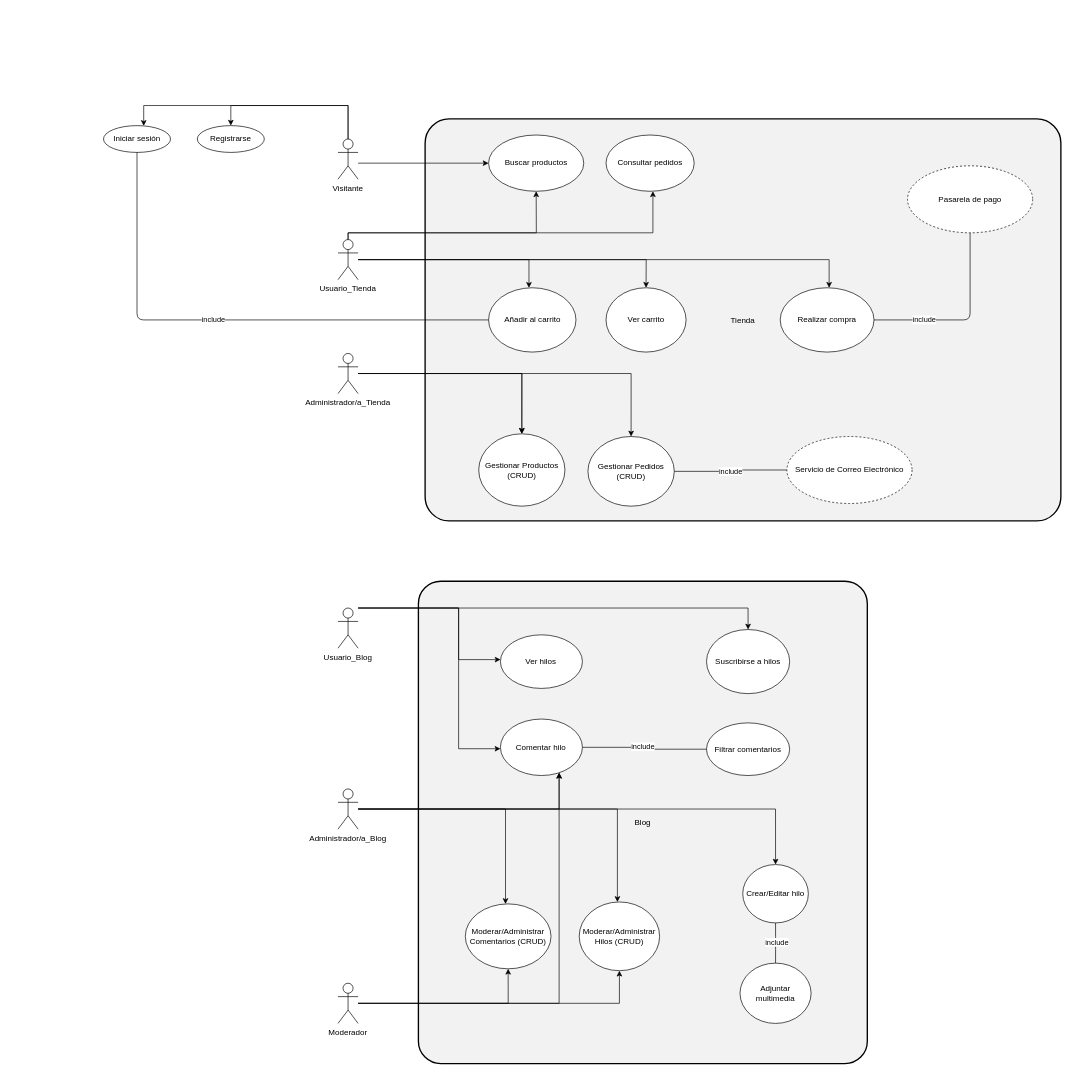
Earlier version of the draw.io diagram Diagramas/Casos de uso/Diagrama sin título.drawio.xml (8-6R4N4DR1/LuigiaCouture). Source tidied: cells renumbered, new cells numbered last; positions are measured from the earlier drawing's top-left corner, leaving out a move shared by most shapes. Both pictures are drawn from the tidied source at 67%, with x=0, y=0 at pixel (103, 105).
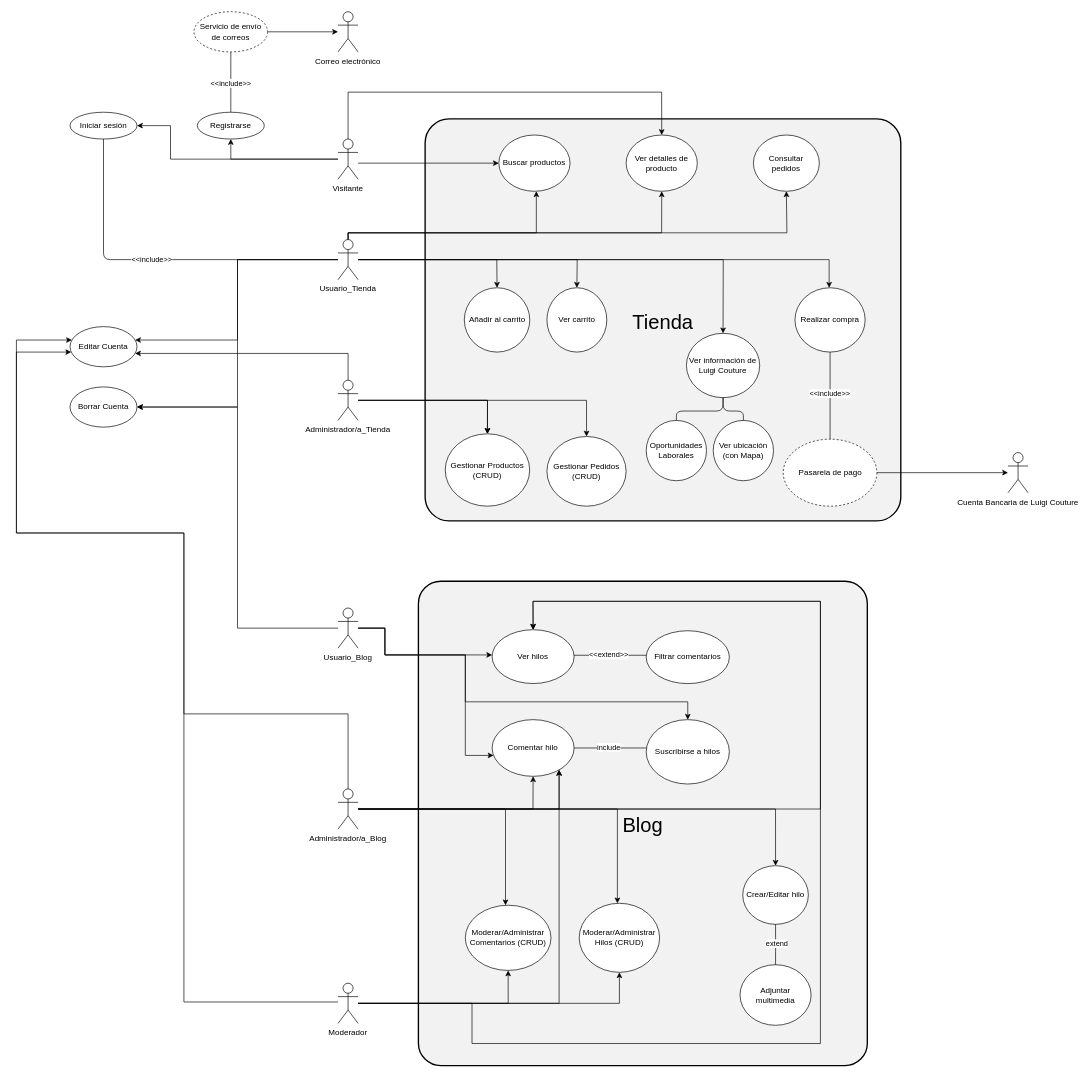
Above is the later version.

Unchanged cells that the change refers to:
```xml
<mxCell id="2" value="Visitante" style="shape=umlActor;verticalLabelPosition=bottom;verticalAlign=top;" parent="1" vertex="1">
  <mxGeometry x="350" y="50" width="30" height="60" as="geometry" />
</mxCell>
<mxCell id="3" value="Usuario_Tienda" style="shape=umlActor;verticalLabelPosition=bottom;verticalAlign=top;" parent="1" vertex="1">
  <mxGeometry x="350" y="200" width="30" height="60" as="geometry" />
</mxCell>
<mxCell id="4" value="Moderador" style="shape=umlActor;verticalLabelPosition=bottom;verticalAlign=top;" parent="1" vertex="1">
  <mxGeometry x="350" y="1310" width="30" height="60" as="geometry" />
</mxCell>
<mxCell id="46" value="Administrador/a_Blog" style="shape=umlActor;verticalLabelPosition=bottom;verticalAlign=top;" parent="1" vertex="1">
  <mxGeometry x="350" y="1020" width="30" height="60" as="geometry" />
</mxCell>
<mxCell id="47" value="Usuario_Blog" style="shape=umlActor;verticalLabelPosition=bottom;verticalAlign=top;" parent="1" vertex="1">
  <mxGeometry x="350" y="750" width="30" height="60" as="geometry" />
</mxCell>
```

What changed in the source:
```diff
@@
     <mxCell id="5" value="Administrador/a_Tienda" style="shape=umlActor;verticalLabelPosition=bottom;verticalAlign=top;" parent="1" vertex="1">
-      <mxGeometry x="350" y="370" width="30" height="60" as="geometry" />
+      <mxGeometry x="350" y="410" width="30" height="60" as="geometry" />
     </mxCell>
     <mxCell id="6" value="Registrarse" style="ellipse;whiteSpace=wrap;html=1;" parent="1" vertex="1">
-      <mxGeometry x="140" y="30" width="100" height="40" as="geometry" />
+      <mxGeometry x="140" y="10" width="100" height="40" as="geometry" />
     </mxCell>
     <mxCell id="7" value="Iniciar sesión" style="ellipse;whiteSpace=wrap;html=1;" parent="1" vertex="1">
-      <mxGeometry y="30" width="100" height="40" as="geometry" />
+      <mxGeometry x="-50" y="10" width="100" height="40" as="geometry" />
     </mxCell>
-    <mxCell id="8" value="Tienda" style="rounded=1;strokeWidth=2;fillColor=#f2f2f2;arcSize=6;" parent="1" vertex="1">
-      <mxGeometry x="480" y="20" width="948.9" height="600" as="geometry" />
+    <mxCell id="8" value="Tienda" style="rounded=1;strokeWidth=2;fillColor=#f2f2f2;arcSize=6;fontSize=30;" parent="1" vertex="1">
+      <mxGeometry x="480" y="20" width="710" height="600" as="geometry" />
     </mxCell>
     <mxCell id="9" value="Buscar productos" style="ellipse;whiteSpace=wrap;html=1;" parent="8" vertex="1">
-      <mxGeometry x="94.7" y="24" width="142.1" height="84" as="geometry" />
+      <mxGeometry x="110" y="24" width="106.3" height="84" as="geometry" />
     </mxCell>
     <mxCell id="10" value="Añadir al carrito" style="ellipse;whiteSpace=wrap;html=1;" parent="8" vertex="1">
-      <mxGeometry x="94.7" y="252" width="130.5" height="96" as="geometry" />
+      <mxGeometry x="58.5" y="252" width="97.7" height="96" as="geometry" />
     </mxCell>
     <mxCell id="11" value="Ver carrito" style="ellipse;whiteSpace=wrap;html=1;" parent="8" vertex="1">
-      <mxGeometry x="270" y="252" width="119.5" height="96" as="geometry" />
+      <mxGeometry x="181.8" y="252" width="89.4" height="96" as="geometry" />
     </mxCell>
     <mxCell id="12" value="Realizar compra" style="ellipse;whiteSpace=wrap;html=1;" parent="8" vertex="1">
-      <mxGeometry x="530" y="252" width="140" height="96" as="geometry" />
+      <mxGeometry x="552" y="252" width="104.8" height="96" as="geometry" />
     </mxCell>
     <mxCell id="13" value="Consultar pedidos" style="ellipse;whiteSpace=wrap;html=1;" parent="8" vertex="1">
-      <mxGeometry x="270" y="24" width="131.6" height="84" as="geometry" />
+      <mxGeometry x="490" y="24" width="98.4" height="84" as="geometry" />
     </mxCell>
     <mxCell id="14" value="Gestionar Productos (CRUD)" style="ellipse;whiteSpace=wrap;html=1;" parent="8" vertex="1">
-      <mxGeometry x="80" y="470" width="128.7" height="108" as="geometry" />
+      <mxGeometry x="30" y="470" width="126.1" height="108" as="geometry" />
     </mxCell>
     <mxCell id="15" value="Pasarela de pago" style="ellipse;dashed=1;whiteSpace=wrap;html=1;" parent="8" vertex="1">
-      <mxGeometry x="720" y="70" width="186.8" height="100" as="geometry" />
+      <mxGeometry x="534.5" y="478" width="139.8" height="100" as="geometry" />
     </mxCell>
-    <mxCell id="16" value="Servicio de Correo Electrónico" style="ellipse;dashed=1;whiteSpace=wrap;html=1;" parent="8" vertex="1">
-      <mxGeometry x="540" y="474" width="186.8" height="100" as="geometry" />
-    </mxCell>
     <mxCell id="17" value="Gestionar Pedidos (CRUD)" style="ellipse;whiteSpace=wrap;html=1;" parent="8" vertex="1">
-      <mxGeometry x="243" y="474" width="128.9" height="104" as="geometry" />
+      <mxGeometry x="181.8" y="474" width="118.2" height="104" as="geometry" />
     </mxCell>
-    <mxCell id="18" value="include" style="edgeStyle=orthogonalEdgeStyle;jettySize=auto;html=1;endArrow=none;startArrow=none;edgeLabelBackground=1;" parent="8" edge="1" source="17" target="16">
-      <mxGeometry x="-0.01" relative="1" as="geometry" />
-    </mxCell>
+    <mxCell id="55" value="Ver detalles de producto" style="ellipse;whiteSpace=wrap;html=1;" parent="8" vertex="1">
+      <mxGeometry x="300" y="24" width="106.3" height="84" as="geometry" />
+    </mxCell>
+    <mxCell id="56" value="Ver información de Luigi Couture" style="ellipse;whiteSpace=wrap;html=1;" parent="8" vertex="1">
+      <mxGeometry x="390" y="320" width="109.4" height="96" as="geometry" />
+    </mxCell>
+    <mxCell id="57" value="Oportunidades Laborales" style="ellipse;whiteSpace=wrap;html=1;" parent="8" vertex="1">
+      <mxGeometry x="330" y="450" width="90" height="90" as="geometry" />
+    </mxCell>
+    <mxCell id="58" style="edgeStyle=orthogonalEdgeStyle;jettySize=auto;html=1;endArrow=none;startArrow=none;edgeLabelBackground=1;" parent="8" edge="1" source="56" target="57">
+      <mxGeometry x="-0.05" relative="1" as="geometry" />
+    </mxCell>
+    <mxCell id="59" value="Ver ubicación (con Mapa)" style="ellipse;whiteSpace=wrap;html=1;" parent="8" vertex="1">
+      <mxGeometry x="430" y="450" width="90" height="90" as="geometry" />
+    </mxCell>
+    <mxCell id="60" style="edgeStyle=orthogonalEdgeStyle;jettySize=auto;html=1;endArrow=none;startArrow=none;edgeLabelBackground=1;" parent="8" edge="1" source="56" target="59">
+      <mxGeometry x="-0.05" relative="1" as="geometry" />
+    </mxCell>
-    <mxCell id="19" value="Blog" style="rounded=1;strokeWidth=2;fillColor=#f2f2f2;arcSize=5;" parent="1" vertex="1">
-      <mxGeometry x="470" y="710" width="670" height="720" as="geometry" />
+    <mxCell id="19" value="Blog" style="rounded=1;strokeWidth=2;fillColor=#f2f2f2;arcSize=5;fontSize=30;" parent="1" vertex="1">
+      <mxGeometry x="470" y="710" width="670" height="723" as="geometry" />
     </mxCell>
     <mxCell id="20" value="Ver hilos" style="ellipse;whiteSpace=wrap;html=1;" parent="19" vertex="1">
-      <mxGeometry x="122.4" y="80" width="122.4" height="80" as="geometry" />
+      <mxGeometry x="110" y="72.4" width="122.4" height="80.3" as="geometry" />
     </mxCell>
     <mxCell id="21" value="Suscribirse a hilos" style="ellipse;whiteSpace=wrap;html=1;" parent="19" vertex="1">
-      <mxGeometry x="430" y="72.1" width="124.1" height="95.7" as="geometry" />
+      <mxGeometry x="340" y="206.6" width="124.1" height="96.1" as="geometry" />
     </mxCell>
     <mxCell id="22" value="Filtrar comentarios" style="ellipse;whiteSpace=wrap;html=1;" parent="19" vertex="1">
-      <mxGeometry x="430" y="211.4" width="124.1" height="78.6" as="geometry" />
+      <mxGeometry x="340" y="73.9" width="124.1" height="78.9" as="geometry" />
     </mxCell>
     <mxCell id="23" value="Crear/Editar hilo" style="ellipse;whiteSpace=wrap;html=1;" parent="19" vertex="1">
-      <mxGeometry x="484.1" y="422.9" width="97.9" height="87.1" as="geometry" />
+      <mxGeometry x="484.1" y="424.6" width="97.9" height="87.5" as="geometry" />
     </mxCell>
     <mxCell id="24" value="Adjuntar multimedia" style="ellipse;whiteSpace=wrap;html=1;" parent="19" vertex="1">
-      <mxGeometry x="480" y="570" width="106.1" height="90" as="geometry" />
+      <mxGeometry x="480" y="572.4" width="106.1" height="90.4" as="geometry" />
     </mxCell>
     <mxCell id="25" value="Moderar/Administrar Comentarios (CRUD)" style="ellipse;whiteSpace=wrap;html=1;" parent="19" vertex="1">
-      <mxGeometry x="70" y="481.6" width="127.9" height="96.9" as="geometry" />
+      <mxGeometry x="70" y="483.6" width="127.9" height="97.3" as="geometry" />
     </mxCell>
     <mxCell id="26" value="Comentar hilo" style="ellipse;whiteSpace=wrap;html=1;" parent="19" vertex="1">
-      <mxGeometry x="122.4" y="205.7" width="122.4" height="84.3" as="geometry" />
+      <mxGeometry x="110" y="206.6" width="122.4" height="84.6" as="geometry" />
     </mxCell>
-    <mxCell id="27" value="include" style="edgeStyle=orthogonalEdgeStyle;jettySize=auto;html=1;endArrow=none;startArrow=none;edgeLabelBackground=1;" parent="19" edge="1" source="26" target="22">
-      <mxGeometry x="-0.04" y="1" relative="1" as="geometry" />
+    <mxCell id="27" value="&amp;lt;&amp;lt;extend&amp;gt;&amp;gt;" style="edgeStyle=orthogonalEdgeStyle;jettySize=auto;html=1;endArrow=none;startArrow=none;edgeLabelBackground=1;" parent="19" edge="1" source="20" target="22">
+      <mxGeometry x="-0.04" y="1" relative="1" as="geometry">
+        <Array as="points">
+          <mxPoint x="290" y="110.5" />
+          <mxPoint x="290" y="110.5" />
+        </Array>
+      </mxGeometry>
     </mxCell>
     <mxCell id="28" value="Moderar/Administrar Hilos (CRUD)" style="ellipse;whiteSpace=wrap;html=1;" parent="19" vertex="1">
-      <mxGeometry x="240" y="478.7" width="120" height="102.6" as="geometry" />
+      <mxGeometry x="240" y="480.7" width="120" height="103" as="geometry" />
     </mxCell>
+    <mxCell id="61" value="include" style="edgeStyle=orthogonalEdgeStyle;jettySize=auto;html=1;endArrow=none;startArrow=none;edgeLabelBackground=1;" parent="19" edge="1" source="26" target="21">
+      <mxGeometry x="-0.04" y="1" relative="1" as="geometry">
+        <Array as="points">
+          <mxPoint x="350" y="249" />
+          <mxPoint x="350" y="249" />
+        </Array>
+      </mxGeometry>
+    </mxCell>
@@
     <mxCell id="30" style="edgeStyle=orthogonalEdgeStyle;rounded=0;html=1;" parent="1" edge="1" source="2" target="6">
       <mxGeometry relative="1" as="geometry">
         <Array as="points">
-          <mxPoint x="365" />
-          <mxPoint x="190" />
+          <mxPoint x="190" y="80" />
         </Array>
       </mxGeometry>
     </mxCell>
     <mxCell id="31" style="edgeStyle=orthogonalEdgeStyle;rounded=0;html=1;" parent="1" edge="1" source="2" target="7">
       <mxGeometry relative="1" as="geometry">
         <Array as="points">
-          <mxPoint x="365" />
-          <mxPoint x="60" />
+          <mxPoint x="100" y="80" />
+          <mxPoint x="100" y="30" />
         </Array>
       </mxGeometry>
     </mxCell>
@@
     <mxCell id="33" style="edgeStyle=orthogonalEdgeStyle;rounded=0;html=1;" parent="1" edge="1" source="3" target="10">
       <mxGeometry relative="1" as="geometry">
         <Array as="points">
-          <mxPoint x="635" y="230" />
+          <mxPoint x="587" y="230" />
         </Array>
       </mxGeometry>
     </mxCell>
     <mxCell id="34" style="edgeStyle=orthogonalEdgeStyle;rounded=0;html=1;" parent="1" edge="1" source="3" target="11">
       <mxGeometry relative="1" as="geometry">
         <Array as="points">
-          <mxPoint x="810" y="230" />
+          <mxPoint x="707" y="230" />
         </Array>
       </mxGeometry>
     </mxCell>
@@
     <mxCell id="36" style="edgeStyle=orthogonalEdgeStyle;rounded=0;html=1;" parent="1" edge="1" source="3" target="13">
       <mxGeometry relative="1" as="geometry">
         <Array as="points">
           <mxPoint x="365" y="190" />
-          <mxPoint x="820" y="190" />
+          <mxPoint x="1020" y="190" />
         </Array>
       </mxGeometry>
     </mxCell>
     <mxCell id="37" style="edgeStyle=orthogonalEdgeStyle;rounded=0;html=1;" parent="1" edge="1" source="47" target="20">
       <mxGeometry relative="1" as="geometry">
         <Array as="points">
-          <mxPoint x="530" y="750" />
-          <mxPoint x="530" y="827" />
+          <mxPoint x="420" y="780" />
+          <mxPoint x="420" y="820" />
         </Array>
       </mxGeometry>
     </mxCell>
-    <mxCell id="38" style="edgeStyle=orthogonalEdgeStyle;rounded=0;html=1;" parent="1" edge="1" source="47" target="21">
-      <mxGeometry relative="1" as="geometry">
-        <Array as="points">
-          <mxPoint x="962" y="750" />
-        </Array>
-      </mxGeometry>
-    </mxCell>
@@
-    <mxCell id="43" value="include" style="edgeStyle=orthogonalEdgeStyle;jettySize=auto;html=1;endArrow=none;startArrow=none;edgeLabelBackground=1;" parent="1" edge="1" source="10" target="7">
-      <mxGeometry x="0.06" relative="1" as="geometry">
-        <Array as="points">
-          <mxPoint x="50" y="320" />
-        </Array>
-      </mxGeometry>
-    </mxCell>
-    <mxCell id="44" value="include" style="edgeStyle=orthogonalEdgeStyle;jettySize=auto;html=1;endArrow=none;startArrow=none;edgeLabelBackground=1;" parent="1" edge="1" source="12" target="15">
-      <mxGeometry x="-0.45" relative="1" as="geometry" />
+    <mxCell id="44" value="&amp;lt;&amp;lt;include&amp;gt;&amp;gt;" style="edgeStyle=orthogonalEdgeStyle;jettySize=auto;html=1;endArrow=none;startArrow=none;edgeLabelBackground=1;" parent="1" edge="1" source="12" target="15">
+      <mxGeometry x="-0.05" relative="1" as="geometry" />
     </mxCell>
-    <mxCell id="45" value="include" style="edgeStyle=orthogonalEdgeStyle;jettySize=auto;html=1;endArrow=none;startArrow=none;edgeLabelBackground=1;" parent="1" edge="1" source="23" target="24">
+    <mxCell id="45" value="extend" style="edgeStyle=orthogonalEdgeStyle;jettySize=auto;html=1;endArrow=none;startArrow=none;edgeLabelBackground=1;" parent="1" edge="1" source="23" target="24">
       <mxGeometry x="-0.03" y="2" relative="1" as="geometry" />
     </mxCell>
@@
     <mxCell id="48" style="edgeStyle=orthogonalEdgeStyle;rounded=0;html=1;" parent="1" edge="1" source="47" target="26">
       <mxGeometry relative="1" as="geometry">
         <Array as="points">
-          <mxPoint x="530" y="750" />
-          <mxPoint x="530" y="960" />
+          <mxPoint x="420" y="780" />
+          <mxPoint x="420" y="820" />
+          <mxPoint x="540" y="820" />
+          <mxPoint x="540" y="970" />
         </Array>
       </mxGeometry>
     </mxCell>
@@
+    <mxCell id="62" style="edgeStyle=orthogonalEdgeStyle;rounded=0;html=1;" parent="1" edge="1" source="46" target="20">
+      <mxGeometry relative="1" as="geometry">
+        <Array as="points">
+          <mxPoint x="1070" y="1050" />
+          <mxPoint x="1070" y="740" />
+          <mxPoint x="641" y="740" />
+        </Array>
+      </mxGeometry>
+    </mxCell>
+    <mxCell id="63" style="edgeStyle=orthogonalEdgeStyle;rounded=0;html=1;" parent="1" edge="1" source="4" target="20">
+      <mxGeometry relative="1" as="geometry">
+        <Array as="points">
+          <mxPoint x="550" y="1340" />
+          <mxPoint x="550" y="1400" />
+          <mxPoint x="1070" y="1400" />
+          <mxPoint x="1070" y="740" />
+          <mxPoint x="641" y="740" />
+        </Array>
+      </mxGeometry>
+    </mxCell>
+    <mxCell id="64" value="&amp;lt;&amp;lt;include&amp;gt;&amp;gt;" style="edgeStyle=orthogonalEdgeStyle;jettySize=auto;html=1;endArrow=none;startArrow=none;edgeLabelBackground=1;" parent="1" edge="1" source="7" target="3">
+      <mxGeometry x="-0.05" relative="1" as="geometry">
+        <Array as="points">
+          <mxPoint y="230" />
+        </Array>
+      </mxGeometry>
+    </mxCell>
+    <mxCell id="65" style="edgeStyle=orthogonalEdgeStyle;rounded=0;html=1;" parent="1" edge="1" source="15" target="66">
+      <mxGeometry relative="1" as="geometry" />
+    </mxCell>
+    <mxCell id="66" value="Cuenta Bancaria de Luigi Couture" style="shape=umlActor;verticalLabelPosition=bottom;verticalAlign=top;" parent="1" vertex="1">
+      <mxGeometry x="1350" y="518" width="30" height="60" as="geometry" />
+    </mxCell>
+    <mxCell id="67" value="Servicio de envío de correos" style="ellipse;dashed=1;whiteSpace=wrap;html=1;" parent="1" vertex="1">
+      <mxGeometry x="135" y="-140" width="110" height="60" as="geometry" />
+    </mxCell>
+    <mxCell id="68" value="&amp;lt;&amp;lt;include&amp;gt;&amp;gt;" style="edgeStyle=orthogonalEdgeStyle;jettySize=auto;html=1;endArrow=none;startArrow=none;edgeLabelBackground=1;" parent="1" edge="1" source="6" target="67">
+      <mxGeometry x="-0.05" relative="1" as="geometry">
+        <Array as="points">
+          <mxPoint x="190" y="-50" />
+          <mxPoint x="190" y="-50" />
+        </Array>
+      </mxGeometry>
+    </mxCell>
+    <mxCell id="69" value="Correo electrónico" style="shape=umlActor;verticalLabelPosition=bottom;verticalAlign=top;" parent="1" vertex="1">
+      <mxGeometry x="350" y="-140" width="30" height="60" as="geometry" />
+    </mxCell>
+    <mxCell id="70" style="edgeStyle=orthogonalEdgeStyle;rounded=0;html=1;" parent="1" edge="1" source="67" target="69">
+      <mxGeometry relative="1" as="geometry">
+        <Array as="points">
+          <mxPoint x="200" y="-110" />
+        </Array>
+      </mxGeometry>
+    </mxCell>
+    <mxCell id="38" style="edgeStyle=orthogonalEdgeStyle;rounded=0;html=1;" parent="1" edge="1" source="47" target="21">
+      <mxGeometry relative="1" as="geometry">
+        <Array as="points">
+          <mxPoint x="420" y="780" />
+          <mxPoint x="420" y="820" />
+          <mxPoint x="540" y="820" />
+          <mxPoint x="540" y="890" />
+          <mxPoint x="872" y="890" />
+        </Array>
+      </mxGeometry>
+    </mxCell>
+    <mxCell id="71" style="edgeStyle=orthogonalEdgeStyle;rounded=0;html=1;" parent="1" edge="1" source="3" target="55">
+      <mxGeometry relative="1" as="geometry">
+        <Array as="points">
+          <mxPoint x="365" y="190" />
+          <mxPoint x="833" y="190" />
+        </Array>
+      </mxGeometry>
+    </mxCell>
+    <mxCell id="72" style="edgeStyle=orthogonalEdgeStyle;rounded=0;html=1;" parent="1" edge="1" source="2" target="55">
+      <mxGeometry relative="1" as="geometry">
+        <Array as="points">
+          <mxPoint x="365" y="-20" />
+          <mxPoint x="833" y="-20" />
+        </Array>
+      </mxGeometry>
+    </mxCell>
+    <mxCell id="73" style="edgeStyle=orthogonalEdgeStyle;rounded=0;html=1;" parent="1" edge="1" source="3" target="56">
+      <mxGeometry relative="1" as="geometry">
+        <Array as="points">
+          <mxPoint x="925" y="230" />
+        </Array>
+      </mxGeometry>
+    </mxCell>
+    <mxCell id="74" style="edgeStyle=orthogonalEdgeStyle;rounded=0;html=1;" parent="1" edge="1" source="46" target="26">
+      <mxGeometry relative="1" as="geometry">
+        <Array as="points">
+          <mxPoint x="641" y="1050" />
+        </Array>
+      </mxGeometry>
+    </mxCell>
+    <mxCell id="75" value="Editar Cuenta" style="ellipse;whiteSpace=wrap;html=1;" parent="1" vertex="1">
+      <mxGeometry x="-50" y="330" width="100" height="60" as="geometry" />
+    </mxCell>
+    <mxCell id="76" style="edgeStyle=orthogonalEdgeStyle;rounded=0;html=1;" parent="1" edge="1" source="3" target="75">
+      <mxGeometry relative="1" as="geometry">
+        <Array as="points">
+          <mxPoint x="200" y="230" />
+          <mxPoint x="200" y="350" />
+        </Array>
+      </mxGeometry>
+    </mxCell>
+    <mxCell id="77" value="Borrar Cuenta" style="ellipse;whiteSpace=wrap;html=1;" parent="1" vertex="1">
+      <mxGeometry x="-50" y="420" width="100" height="60" as="geometry" />
+    </mxCell>
+    <mxCell id="78" style="edgeStyle=orthogonalEdgeStyle;rounded=0;html=1;" parent="1" edge="1" source="5" target="75">
+      <mxGeometry relative="1" as="geometry">
+        <Array as="points">
+          <mxPoint x="365" y="370" />
+        </Array>
+      </mxGeometry>
+    </mxCell>
+    <mxCell id="79" style="edgeStyle=orthogonalEdgeStyle;rounded=0;html=1;" parent="1" edge="1" source="3" target="77">
+      <mxGeometry relative="1" as="geometry">
+        <Array as="points">
+          <mxPoint x="200" y="230" />
+          <mxPoint x="200" y="450" />
+        </Array>
+      </mxGeometry>
+    </mxCell>
+    <mxCell id="80" style="edgeStyle=orthogonalEdgeStyle;rounded=0;html=1;" parent="1" edge="1" source="47" target="77">
+      <mxGeometry relative="1" as="geometry">
+        <Array as="points">
+          <mxPoint x="200" y="780" />
+          <mxPoint x="200" y="450" />
+        </Array>
+      </mxGeometry>
+    </mxCell>
+    <mxCell id="81" style="edgeStyle=orthogonalEdgeStyle;rounded=0;html=1;" parent="1" edge="1" source="46" target="75">
+      <mxGeometry relative="1" as="geometry">
+        <Array as="points">
+          <mxPoint x="365" y="908" />
+          <mxPoint x="120" y="908" />
+          <mxPoint x="120" y="638" />
+          <mxPoint x="-130" y="638" />
+          <mxPoint x="-130" y="350" />
+        </Array>
+      </mxGeometry>
+    </mxCell>
+    <mxCell id="82" style="edgeStyle=orthogonalEdgeStyle;rounded=0;html=1;" parent="1" edge="1" target="75">
+      <mxGeometry relative="1" as="geometry">
+        <mxPoint x="350" y="1338" as="sourcePoint" />
+        <Array as="points">
+          <mxPoint x="120" y="1338" />
+          <mxPoint x="120" y="638" />
+          <mxPoint x="-130" y="638" />
+          <mxPoint x="-130" y="368" />
+        </Array>
+      </mxGeometry>
+    </mxCell>
```
